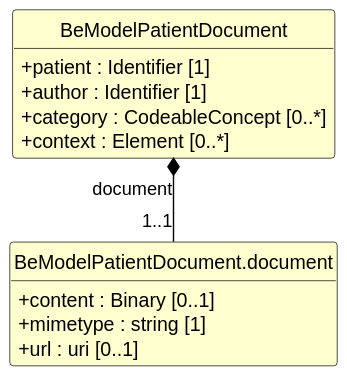
Earlier version of the PlantUML export exports/diagrams/BeModelPatientDocument-uml.svg (caresets/caresets-src). Source of this version:
```plantuml
@startuml
skinparam shadowing false
skinparam classAttributeIconSize 0
skinparam linetype ortho
skinparam class {
  BackgroundColor #FEFECE
  BorderColor #000000
  ArrowColor #000000
  FontStyle bold
  AttributeFontStyle normal
}
hide circle
hide empty members

class "BeModelPatientDocument" as BeModelPatientDocument {
  +patient : Identifier [1]
  +author : Identifier [1]
  +category : CodeableConcept [0..*]
  +context : Element [0..*]
}

class "BeModelPatientDocument.document" as BeModelPatientDocument_document {
  +content : Binary [0..1]
  +mimetype : string [1]
  +url : uri [0..1]
}

BeModelPatientDocument *-- "1..1" BeModelPatientDocument_document : document
@enduml
```
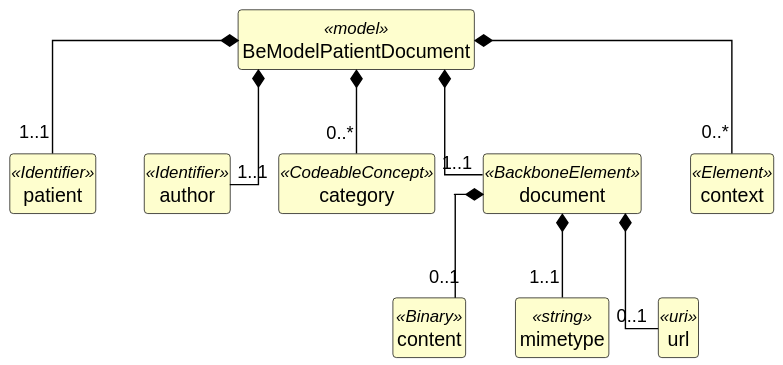
Above is the later version.

Diff of the diagram source:
```diff
@@ -12,18 +12,39 @@
 hide circle
 hide empty members
 
-class "BeModelPatientDocument" as BeModelPatientDocument {
-  +patient : Identifier [1]
-  +author : Identifier [1]
-  +category : CodeableConcept [0..*]
-  +context : Element [0..*]
+class "BeModelPatientDocument" as BeModelPatientDocument <<model>> {
 }
 
-class "BeModelPatientDocument.document" as BeModelPatientDocument_document {
-  +content : Binary [0..1]
-  +mimetype : string [1]
-  +url : uri [0..1]
+class "patient" as BeModelPatientDocument_patient <<Identifier>> {
 }
 
-BeModelPatientDocument *-- "1..1" BeModelPatientDocument_document : document
+class "author" as BeModelPatientDocument_author <<Identifier>> {
+}
+
+class "category" as BeModelPatientDocument_category <<CodeableConcept>> {
+}
+
+class "document" as BeModelPatientDocument_document <<BackboneElement>> {
+}
+
+class "content" as BeModelPatientDocument_document_content <<Binary>> {
+}
+
+class "mimetype" as BeModelPatientDocument_document_mimetype <<string>> {
+}
+
+class "url" as BeModelPatientDocument_document_url <<uri>> {
+}
+
+class "context" as BeModelPatientDocument_context <<Element>> {
+}
+
+BeModelPatientDocument *-- "1..1" BeModelPatientDocument_patient
+BeModelPatientDocument *-- "1..1" BeModelPatientDocument_author
+BeModelPatientDocument *-- "0..*" BeModelPatientDocument_category
+BeModelPatientDocument *-- "1..1" BeModelPatientDocument_document
+BeModelPatientDocument_document *-- "0..1" BeModelPatientDocument_document_content
+BeModelPatientDocument_document *-- "1..1" BeModelPatientDocument_document_mimetype
+BeModelPatientDocument_document *-- "0..1" BeModelPatientDocument_document_url
+BeModelPatientDocument *-- "0..*" BeModelPatientDocument_context
 @enduml
```
